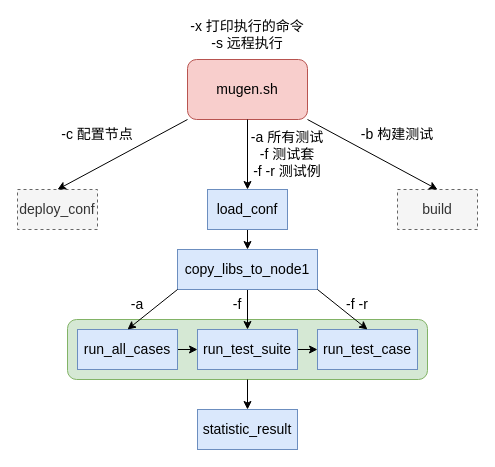
Before: Diagram/mugen_procedure.drawio in brsf11/mugen-presentation, a draw.io diagram. Source tidied: cells renumbered, new cells numbered last; positions are measured from the earlier drawing's top-left corner, leaving out a move shared by most shapes. Both pictures are drawn from the tidied source at 100%, with x=0, y=0 at pixel (17, 19).
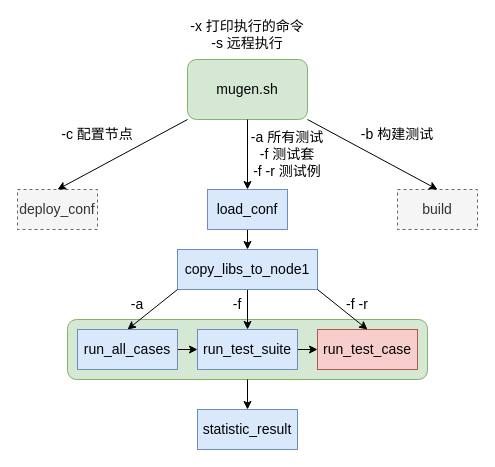
The same diagram, later.

What changed in the source:
```diff
@@
-    <mxCell id="3" value="&lt;font style=&quot;font-size: 14px;&quot;&gt;mugen.sh&lt;/font&gt;" style="rounded=1;whiteSpace=wrap;html=1;fillColor=#f8cecc;strokeColor=#b85450;" parent="1" vertex="1">
+    <mxCell id="3" value="&lt;font style=&quot;font-size: 14px;&quot;&gt;mugen.sh&lt;/font&gt;" style="rounded=1;whiteSpace=wrap;html=1;fillColor=#d5e8d4;strokeColor=#82b366;" parent="1" vertex="1">
       <mxGeometry x="170" y="40" width="120" height="60" as="geometry" />
     </mxCell>
@@
-    <mxCell id="15" value="run_test_case" style="rounded=0;whiteSpace=wrap;html=1;fontSize=14;fillColor=#dae8fc;strokeColor=#6c8ebf;" parent="1" vertex="1">
+    <mxCell id="15" value="run_test_case" style="rounded=0;whiteSpace=wrap;html=1;fontSize=14;fillColor=#f8cecc;strokeColor=#b85450;" parent="1" vertex="1">
       <mxGeometry x="300" y="310" width="100" height="40" as="geometry" />
     </mxCell>
```
